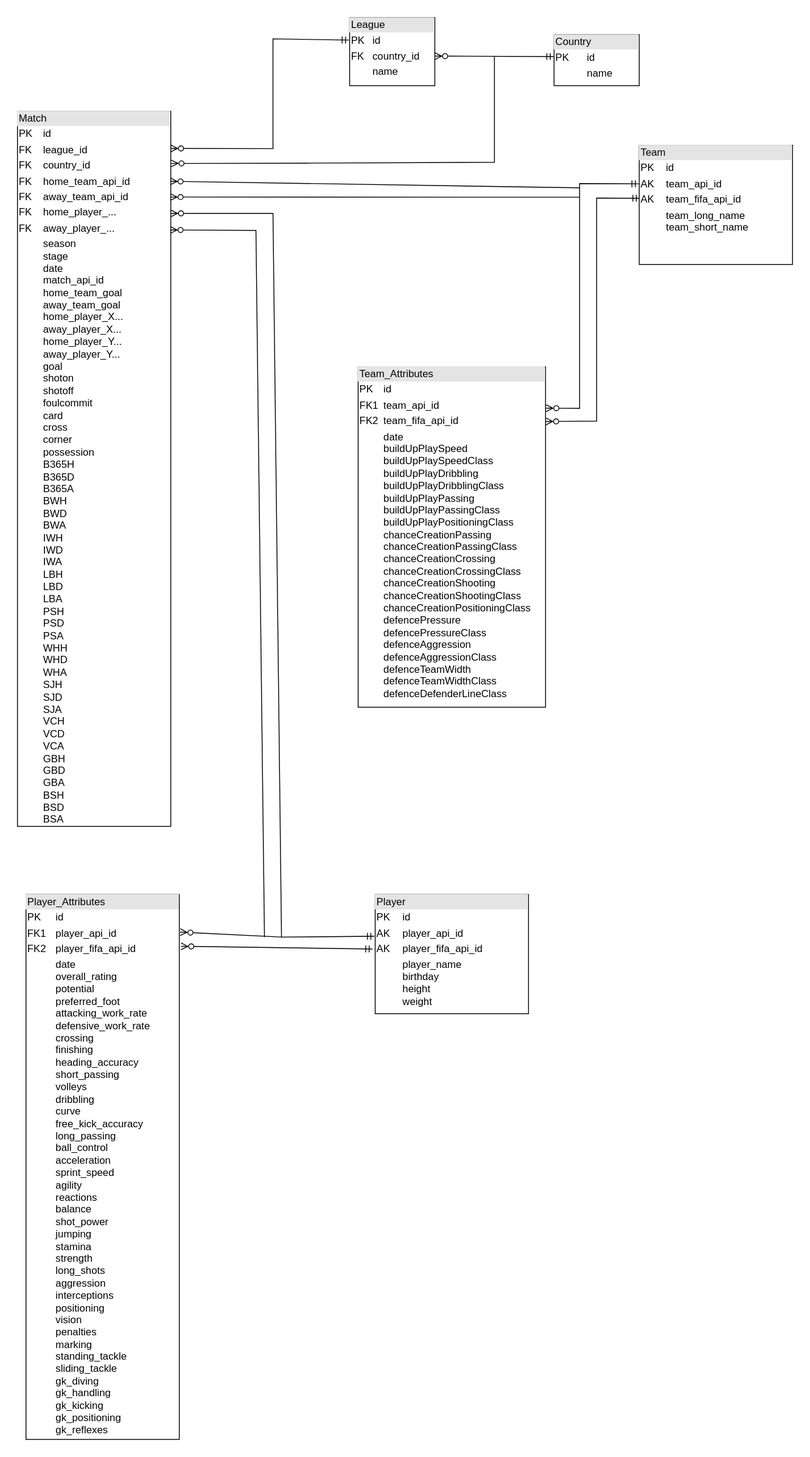
Above: project2/Ex2/diagram.svg in Ery4z/2172 (draw.io), before the change. Source tidied: cells renumbered, new cells last; positions are measured from the earlier drawing's top-left corner, leaving out a move shared by most shapes.
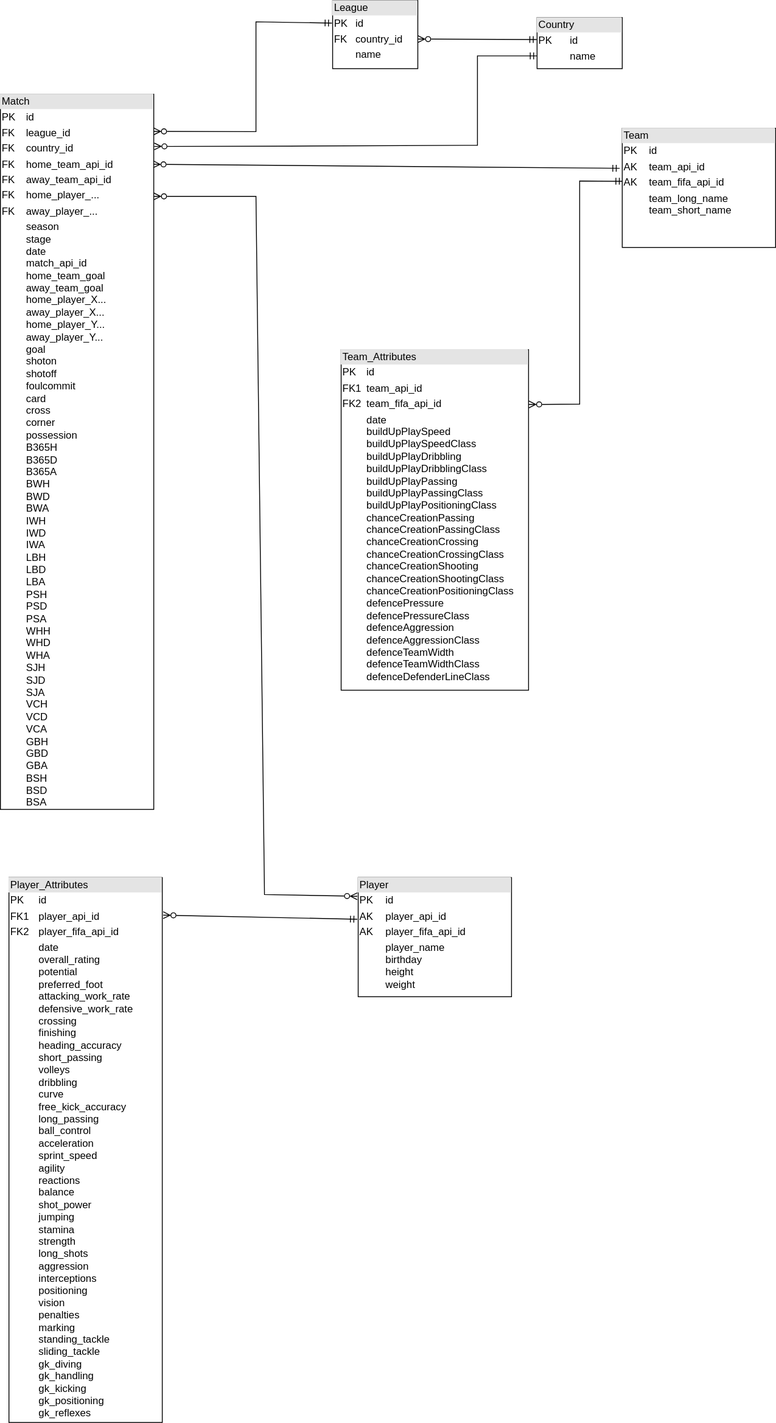
Later version of the same file.

The edit, as a diff of the source:
```diff
@@ -9,35 +9,20 @@
       <mxGeometry x="10" y="1030" width="180" height="640" as="geometry" />
     </mxCell>
     <mxCell id="4" style="endArrow=ERmandOne;html=1;rounded=0;exitX=1.006;exitY=0.069;exitDx=0;exitDy=0;exitPerimeter=0;entryX=-0.006;entryY=0.35;entryDx=0;entryDy=0;entryPerimeter=0;startArrow=ERzeroToMany;startFill=0;endFill=0;" parent="1" edge="1" source="3" target="2">
-      <mxGeometry relative="1" as="geometry">
-        <Array as="points">
-          <mxPoint x="310" y="1080" />
-        </Array>
-      </mxGeometry>
+      <mxGeometry relative="1" as="geometry" />
     </mxCell>
-    <mxCell id="5" style="endArrow=ERmandOne;html=1;rounded=0;exitX=1.011;exitY=0.095;exitDx=0;exitDy=0;exitPerimeter=0;entryX=-0.017;entryY=0.457;entryDx=0;entryDy=0;entryPerimeter=0;startArrow=ERzeroToMany;startFill=0;endFill=0;" parent="1" edge="1" source="3" target="2">
-      <mxGeometry relative="1" as="geometry" />
-    </mxCell>
     <mxCell id="6" value="&lt;div style=&quot;box-sizing:border-box;width:100%;background:#e4e4e4;padding:2px;&quot;&gt;Match&lt;/div&gt;&lt;table style=&quot;width:100%;font-size:1em;&quot; cellpadding=&quot;2&quot; cellspacing=&quot;0&quot;&gt;&lt;tbody&gt;&lt;tr&gt;&lt;td&gt;PK&lt;/td&gt;&lt;td&gt;id&lt;/td&gt;&lt;/tr&gt;&lt;tr&gt;&lt;td&gt;FK&lt;/td&gt;&lt;td&gt;league_id&lt;/td&gt;&lt;/tr&gt;&lt;tr&gt;&lt;td&gt;FK&lt;/td&gt;&lt;td&gt;country_id&lt;/td&gt;&lt;/tr&gt;&lt;tr&gt;&lt;td&gt;FK&lt;/td&gt;&lt;td&gt;home_team_api_id&lt;/td&gt;&lt;/tr&gt;&lt;tr&gt;&lt;td&gt;FK&lt;/td&gt;&lt;td&gt;away_team_api_id&lt;/td&gt;&lt;/tr&gt;&lt;tr&gt;&lt;td&gt;FK&lt;/td&gt;&lt;td&gt;home_player_...&lt;/td&gt;&lt;/tr&gt;&lt;tr&gt;&lt;td&gt;FK&lt;/td&gt;&lt;td&gt;away_player_...&lt;/td&gt;&lt;/tr&gt;&lt;tr&gt;&lt;td&gt;&lt;/td&gt;&lt;td&gt;season&lt;br&gt;stage&lt;br&gt;date&lt;br&gt;match_api_id&lt;br&gt;home_team_goal&lt;br&gt;away_team_goal&lt;br&gt;home_player_X...&lt;br&gt;away_player_X...&lt;br&gt;home_player_Y...&lt;br&gt;away_player_Y...&lt;br&gt;goal&lt;br&gt;shoton&lt;br&gt;shotoff&lt;br&gt;foulcommit&lt;br&gt;card&lt;br&gt;cross&lt;br&gt;corner&lt;br&gt;possession&lt;br&gt;B365H&lt;br&gt;B365D&lt;br&gt;B365A&lt;br&gt;BWH&lt;br&gt;BWD&lt;br&gt;BWA&lt;br&gt;IWH&lt;br&gt;IWD&lt;br&gt;IWA&lt;br&gt;LBH&lt;br&gt;LBD&lt;br&gt;LBA&lt;br&gt;PSH&lt;br&gt;PSD&lt;br&gt;PSA&lt;br&gt;WHH&lt;br&gt;WHD&lt;br&gt;WHA&lt;br&gt;SJH&lt;br&gt;SJD&lt;br&gt;SJA&lt;br&gt;VCH&lt;br&gt;VCD&lt;br&gt;VCA&lt;br&gt;GBH&lt;br&gt;GBD&lt;br&gt;GBA&lt;br&gt;BSH&lt;br&gt;BSD&lt;br&gt;BSA&lt;br&gt;&lt;/td&gt;&lt;/tr&gt;&lt;/tbody&gt;&lt;/table&gt;" style="verticalAlign=top;align=left;overflow=fill;html=1;whiteSpace=wrap;" parent="1" vertex="1">
       <mxGeometry y="110" width="180" height="840" as="geometry" />
     </mxCell>
-    <mxCell id="7" style="endArrow=none;html=1;rounded=0;startArrow=ERzeroToMany;startFill=0;" parent="1" edge="1">
+    <mxCell id="7" style="endArrow=ERzeroToMany;html=1;rounded=0;startArrow=ERzeroToMany;startFill=0;entryX=-0.006;entryY=0.157;entryDx=0;entryDy=0;entryPerimeter=0;endFill=0;" parent="1" edge="1" target="2">
       <mxGeometry relative="1" as="geometry">
         <mxPoint x="180" y="230" as="sourcePoint" />
-        <mxPoint x="310" y="1080" as="targetPoint" />
         <Array as="points">
           <mxPoint x="300" y="230" />
+          <mxPoint x="310" y="1050" />
         </Array>
       </mxGeometry>
     </mxCell>
-    <mxCell id="8" style="endArrow=none;html=1;rounded=0;startArrow=ERzeroToMany;startFill=0;exitX=0.997;exitY=0.166;exitDx=0;exitDy=0;exitPerimeter=0;" parent="1" edge="1" source="6">
-      <mxGeometry relative="1" as="geometry">
-        <mxPoint x="290" y="1080" as="targetPoint" />
-        <Array as="points">
-          <mxPoint x="280" y="250" />
-        </Array>
-      </mxGeometry>
-    </mxCell>
     <mxCell id="9" value="&lt;div style=&quot;box-sizing:border-box;width:100%;background:#e4e4e4;padding:2px;&quot;&gt;Team_Attributes&lt;/div&gt;&lt;table style=&quot;width:100%;font-size:1em;&quot; cellpadding=&quot;2&quot; cellspacing=&quot;0&quot;&gt;&lt;tbody&gt;&lt;tr&gt;&lt;td&gt;PK&lt;/td&gt;&lt;td&gt;id&lt;/td&gt;&lt;/tr&gt;&lt;tr&gt;&lt;td&gt;FK1&lt;/td&gt;&lt;td&gt;team_api_id&lt;/td&gt;&lt;/tr&gt;&lt;tr&gt;&lt;td&gt;FK2&lt;/td&gt;&lt;td&gt;team_fifa_api_id&lt;/td&gt;&lt;/tr&gt;&lt;tr&gt;&lt;td&gt;&lt;/td&gt;&lt;td&gt;date&lt;br&gt;buildUpPlaySpeed&lt;br&gt;buildUpPlaySpeedClass&lt;br&gt;buildUpPlayDribbling&lt;br&gt;buildUpPlayDribblingClass&lt;br&gt;buildUpPlayPassing&lt;br&gt;buildUpPlayPassingClass&lt;br&gt;buildUpPlayPositioningClass&lt;br&gt;chanceCreationPassing&lt;br&gt;chanceCreationPassingClass&lt;br&gt;chanceCreationCrossing&lt;br&gt;chanceCreationCrossingClass&lt;br&gt;chanceCreationShooting&lt;br&gt;chanceCreationShootingClass&lt;br&gt;chanceCreationPositioningClass&lt;br&gt;defencePressure&lt;br&gt;defencePressureClass&lt;br&gt;defenceAggression&lt;br&gt;defenceAggressionClass&lt;br&gt;defenceTeamWidth&lt;br&gt;defenceTeamWidthClass&lt;br&gt;defenceDefenderLineClass&lt;br&gt;&lt;br&gt;&lt;/td&gt;&lt;/tr&gt;&lt;/tbody&gt;&lt;/table&gt;" style="verticalAlign=top;align=left;overflow=fill;html=1;whiteSpace=wrap;" parent="1" vertex="1">
       <mxGeometry x="400" y="410" width="220" height="400" as="geometry" />
     </mxCell>
@@ -49,22 +34,6 @@
         </Array>
       </mxGeometry>
     </mxCell>
-    <mxCell id="11" style="endArrow=ERmandOne;html=1;rounded=0;exitX=1.003;exitY=0.122;exitDx=0;exitDy=0;exitPerimeter=0;entryX=-0.003;entryY=0.323;entryDx=0;entryDy=0;entryPerimeter=0;startArrow=ERzeroToMany;startFill=0;endFill=0;" parent="1" edge="1" source="9" target="19">
-      <mxGeometry relative="1" as="geometry">
-        <Array as="points">
-          <mxPoint x="660" y="459" />
-          <mxPoint x="660" y="195" />
-        </Array>
-      </mxGeometry>
-    </mxCell>
-    <mxCell id="12" style="endArrow=none;html=1;rounded=0;startArrow=ERzeroToMany;startFill=0;exitX=0.997;exitY=0.12;exitDx=0;exitDy=0;exitPerimeter=0;" parent="1" edge="1" source="6">
-      <mxGeometry relative="1" as="geometry">
-        <mxPoint x="660" y="211" as="targetPoint" />
-        <Array as="points">
-          <mxPoint x="550" y="211" />
-        </Array>
-      </mxGeometry>
-    </mxCell>
     <mxCell id="13" value="&lt;div style=&quot;box-sizing:border-box;width:100%;background:#e4e4e4;padding:2px;&quot;&gt;League&lt;/div&gt;&lt;table style=&quot;width:100%;font-size:1em;&quot; cellpadding=&quot;2&quot; cellspacing=&quot;0&quot;&gt;&lt;tbody&gt;&lt;tr&gt;&lt;td&gt;PK&lt;/td&gt;&lt;td&gt;id&lt;/td&gt;&lt;/tr&gt;&lt;tr&gt;&lt;td&gt;FK&lt;/td&gt;&lt;td&gt;country_id&lt;/td&gt;&lt;/tr&gt;&lt;tr&gt;&lt;td&gt;&lt;/td&gt;&lt;td&gt;name&lt;br&gt;&lt;br&gt;&lt;br&gt;&lt;/td&gt;&lt;/tr&gt;&lt;/tbody&gt;&lt;/table&gt;" style="verticalAlign=top;align=left;overflow=fill;html=1;whiteSpace=wrap;perimeterSpacing=0;" parent="1" vertex="1">
       <mxGeometry x="390" width="100" height="80" as="geometry" />
     </mxCell>
@@ -74,13 +43,12 @@
     <mxCell id="15" style="endArrow=ERmandOne;html=1;rounded=0;exitX=1.001;exitY=0.566;exitDx=0;exitDy=0;exitPerimeter=0;startArrow=ERzeroToMany;startFill=0;endFill=0;entryX=-0.005;entryY=0.431;entryDx=0;entryDy=0;entryPerimeter=0;" parent="1" edge="1" source="13" target="14">
       <mxGeometry relative="1" as="geometry" />
     </mxCell>
-    <mxCell id="16" style="endArrow=none;html=1;rounded=0;exitX=1.003;exitY=0.073;exitDx=0;exitDy=0;exitPerimeter=0;startArrow=ERzeroToMany;startFill=0;" parent="1" edge="1" source="6">
+    <mxCell id="16" style="endArrow=ERmandOne;html=1;rounded=0;exitX=1.003;exitY=0.073;exitDx=0;exitDy=0;exitPerimeter=0;startArrow=ERzeroToMany;startFill=0;entryX=0;entryY=0.75;entryDx=0;entryDy=0;endFill=0;" parent="1" edge="1" source="6" target="14">
       <mxGeometry relative="1" as="geometry">
-        <mxPoint x="560" y="46" as="targetPoint" />
         <Array as="points">
           <mxPoint x="340" y="171" />
           <mxPoint x="560" y="170" />
-          <mxPoint x="560" y="90" />
+          <mxPoint x="560" y="65" />
         </Array>
       </mxGeometry>
     </mxCell>
@@ -92,10 +60,8 @@
         </Array>
       </mxGeometry>
     </mxCell>
-    <mxCell id="18" style="endArrow=none;html=1;rounded=0;startArrow=ERzeroToMany;startFill=0;exitX=0.997;exitY=0.098;exitDx=0;exitDy=0;exitPerimeter=0;" parent="1" edge="1" source="6">
-      <mxGeometry relative="1" as="geometry">
-        <mxPoint x="660" y="200" as="targetPoint" />
-      </mxGeometry>
+    <mxCell id="18" style="endArrow=ERmandOne;html=1;rounded=0;startArrow=ERzeroToMany;startFill=0;exitX=0.997;exitY=0.098;exitDx=0;exitDy=0;exitPerimeter=0;entryX=-0.017;entryY=0.336;entryDx=0;entryDy=0;endFill=0;entryPerimeter=0;" parent="1" edge="1" source="6" target="19">
+      <mxGeometry relative="1" as="geometry" />
     </mxCell>
     <mxCell id="19" value="&lt;div style=&quot;box-sizing:border-box;width:100%;background:#e4e4e4;padding:2px;&quot;&gt;Team&lt;/div&gt;&lt;table style=&quot;width:100%;font-size:1em;&quot; cellpadding=&quot;2&quot; cellspacing=&quot;0&quot;&gt;&lt;tbody&gt;&lt;tr&gt;&lt;td&gt;PK&lt;/td&gt;&lt;td&gt;id&lt;/td&gt;&lt;/tr&gt;&lt;tr&gt;&lt;td&gt;AK&lt;/td&gt;&lt;td&gt;team_api_id&lt;/td&gt;&lt;/tr&gt;&lt;tr&gt;&lt;td&gt;AK&lt;/td&gt;&lt;td&gt;team_fifa_api_id&lt;/td&gt;&lt;/tr&gt;&lt;tr&gt;&lt;td&gt;&lt;/td&gt;&lt;td&gt;team_long_name&lt;br&gt;team_short_name&lt;br&gt;&lt;br&gt;&lt;/td&gt;&lt;/tr&gt;&lt;/tbody&gt;&lt;/table&gt;" style="verticalAlign=top;align=left;overflow=fill;html=1;whiteSpace=wrap;perimeterSpacing=0;" parent="1" vertex="1">
       <mxGeometry x="730" y="150" width="180" height="140" as="geometry" />
```
